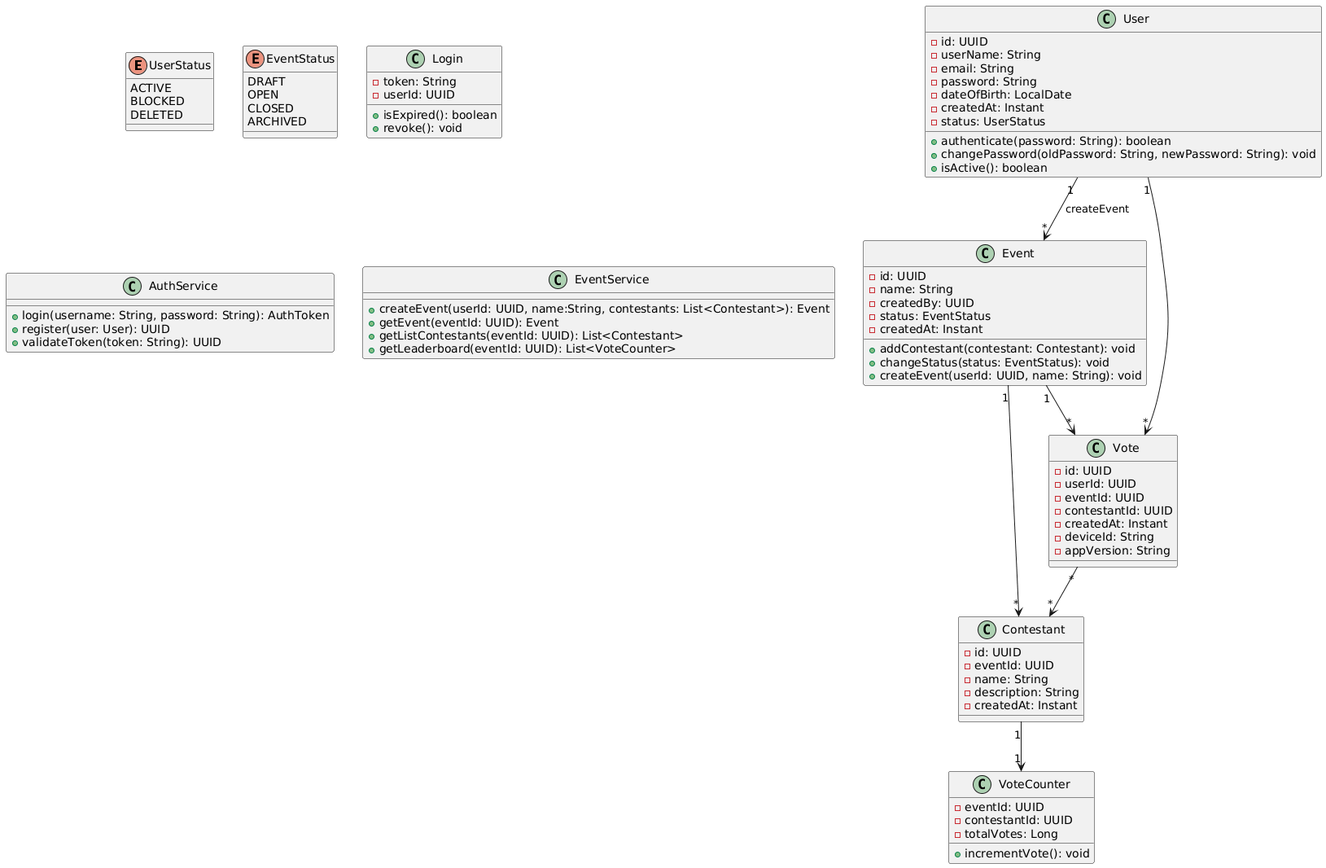
Before: images/class_diagram_v2.png, a diagram exported from PlantUML (andreixmartins/arch-kata2). Its diagram source:
```plantuml
@startuml

enum UserStatus {
  ACTIVE
  BLOCKED
  DELETED
}

enum EventStatus {
  DRAFT
  OPEN
  CLOSED
  ARCHIVED
}


class User {
  - id: UUID
  - userName: String
  - email: String
  - password: String
  - dateOfBirth: LocalDate
  - createdAt: Instant
  - status: UserStatus

  + authenticate(password: String): boolean
  + changePassword(oldPassword: String, newPassword: String): void
  + isActive(): boolean
}

class Event {
  - id: UUID
  - name: String
  - createdBy: UUID
  - status: EventStatus
  - createdAt: Instant

  + addContestant(contestant: Contestant): void
  + changeStatus(status: EventStatus): void
  + createEvent(userId: UUID, name: String): void
}

class Vote {
  - id: UUID
  - userId: UUID
  - eventId: UUID
  - contestantId: UUID
  - createdAt: Instant
  - deviceId: String
  - appVersion: String
}

class Contestant {
  - id: UUID
  - eventId: UUID
  - name: String
  - description: String
  - createdAt: Instant
}

class VoteCounter {
  - eventId: UUID
  - contestantId: UUID
  - totalVotes: Long

  + incrementVote(): void
}

class Login {
  - token: String
  - userId: UUID

  + isExpired(): boolean
  + revoke(): void
}


class AuthService {
  + login(username: String, password: String): AuthToken
  + register(user: User): UUID
  + validateToken(token: String): UUID
}

class EventService {
  + createEvent(userId: UUID, name:String, contestants: List<Contestant>): Event
  + getEvent(eventId: UUID): Event
  + getListContestants(eventId: UUID): List<Contestant>
  + getLeaderboard(eventId: UUID): List<VoteCounter>
}



User "1" --> "*" Vote
User "1" --> "*" Event : createEvent
Event "1" --> "*" Vote
Event "1" --> "*" Contestant
Vote "*" --> "*" Contestant
Contestant "1" --> "1" VoteCounter
@enduml
```
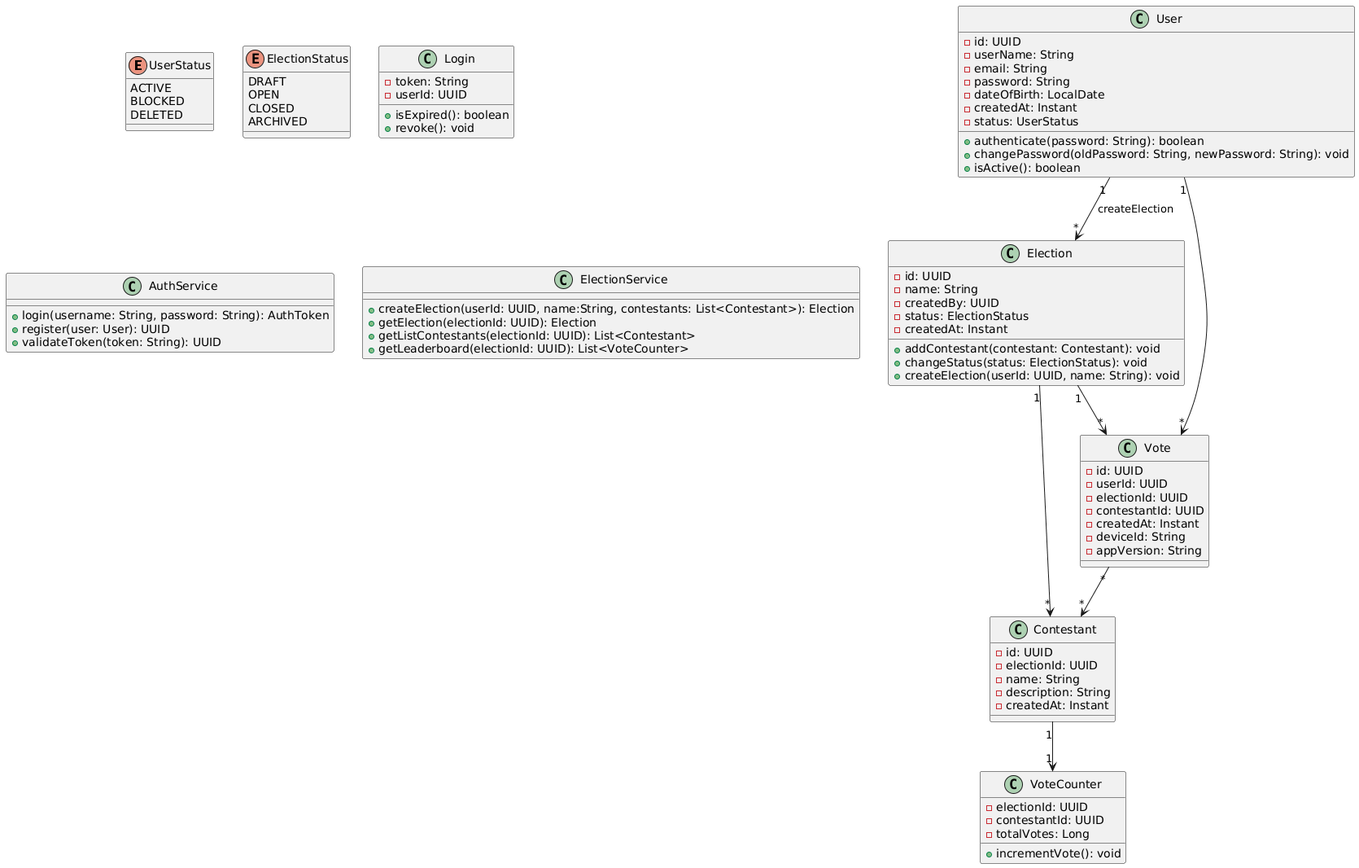
The same file after the commit.

Commit message:
Ffucks - updated README and class diagram image

The edit, as a diff of the source:
```diff
@@ -6,7 +6,7 @@
   DELETED
 }
 
-enum EventStatus {
+enum ElectionStatus {
   DRAFT
   OPEN
   CLOSED
@@ -28,22 +28,22 @@
   + isActive(): boolean
 }
 
-class Event {
+class Election {
   - id: UUID
   - name: String
   - createdBy: UUID
-  - status: EventStatus
+  - status: ElectionStatus
   - createdAt: Instant
 
   + addContestant(contestant: Contestant): void
-  + changeStatus(status: EventStatus): void
-  + createEvent(userId: UUID, name: String): void
+  + changeStatus(status: ElectionStatus): void
+  + createElection(userId: UUID, name: String): void
 }
 
 class Vote {
   - id: UUID
   - userId: UUID
-  - eventId: UUID
+  - electionId: UUID
   - contestantId: UUID
   - createdAt: Instant
   - deviceId: String
@@ -52,14 +52,14 @@
 
 class Contestant {
   - id: UUID
-  - eventId: UUID
+  - electionId: UUID
   - name: String
   - description: String
   - createdAt: Instant
 }
 
 class VoteCounter {
-  - eventId: UUID
+  - electionId: UUID
   - contestantId: UUID
   - totalVotes: Long
 
@@ -81,19 +81,19 @@
   + validateToken(token: String): UUID
 }
 
-class EventService {
-  + createEvent(userId: UUID, name:String, contestants: List<Contestant>): Event
-  + getEvent(eventId: UUID): Event
-  + getListContestants(eventId: UUID): List<Contestant>
-  + getLeaderboard(eventId: UUID): List<VoteCounter>
+class ElectionService {
+  + createElection(userId: UUID, name:String, contestants: List<Contestant>): Election
+  + getElection(electionId: UUID): Election
+  + getListContestants(electionId: UUID): List<Contestant>
+  + getLeaderboard(electionId: UUID): List<VoteCounter>
 }
 
 
 
 User "1" --> "*" Vote
-User "1" --> "*" Event : createEvent
-Event "1" --> "*" Vote
-Event "1" --> "*" Contestant
+User "1" --> "*" Election : createElection
+Election "1" --> "*" Vote
+Election "1" --> "*" Contestant
 Vote "*" --> "*" Contestant
 Contestant "1" --> "1" VoteCounter
 @enduml
```
